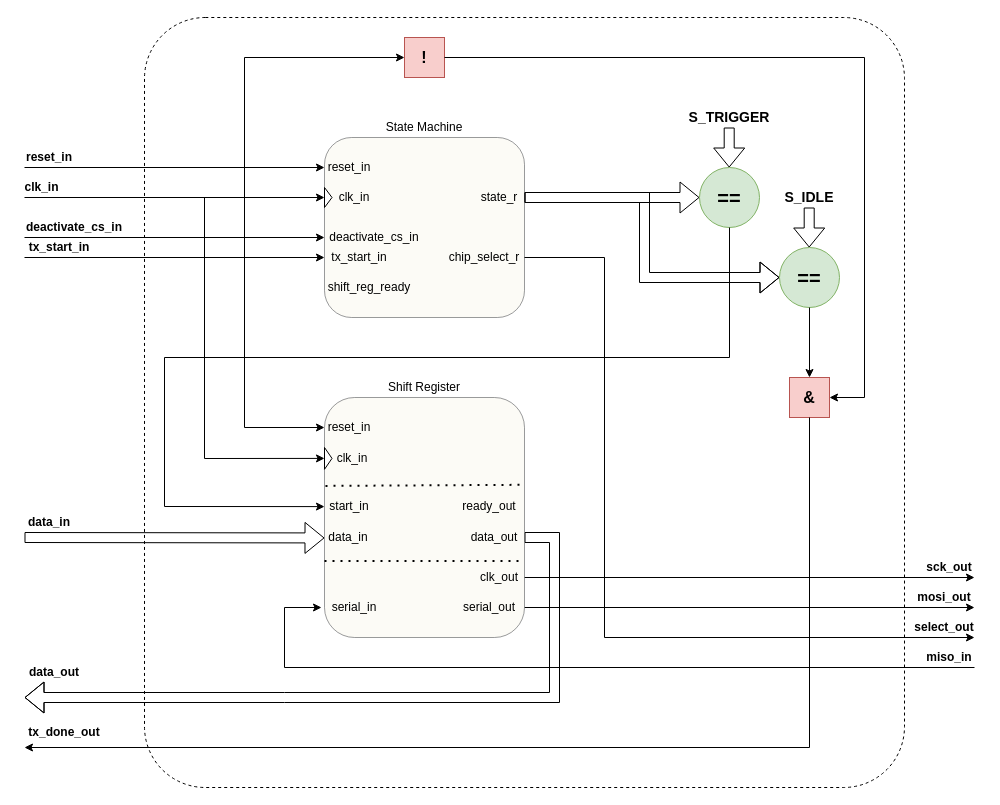
This is docs/src/SPI.drawio from embelon/ssd1306_oled_frequency_counter, a draw.io file, before an edit. Source tidied: cells renumbered, new cells numbered last; positions are measured from the earlier drawing's top-left corner, leaving out a move shared by most shapes. Both pictures are drawn from the tidied source at 100%, with x=0, y=0 at pixel (24, 17).
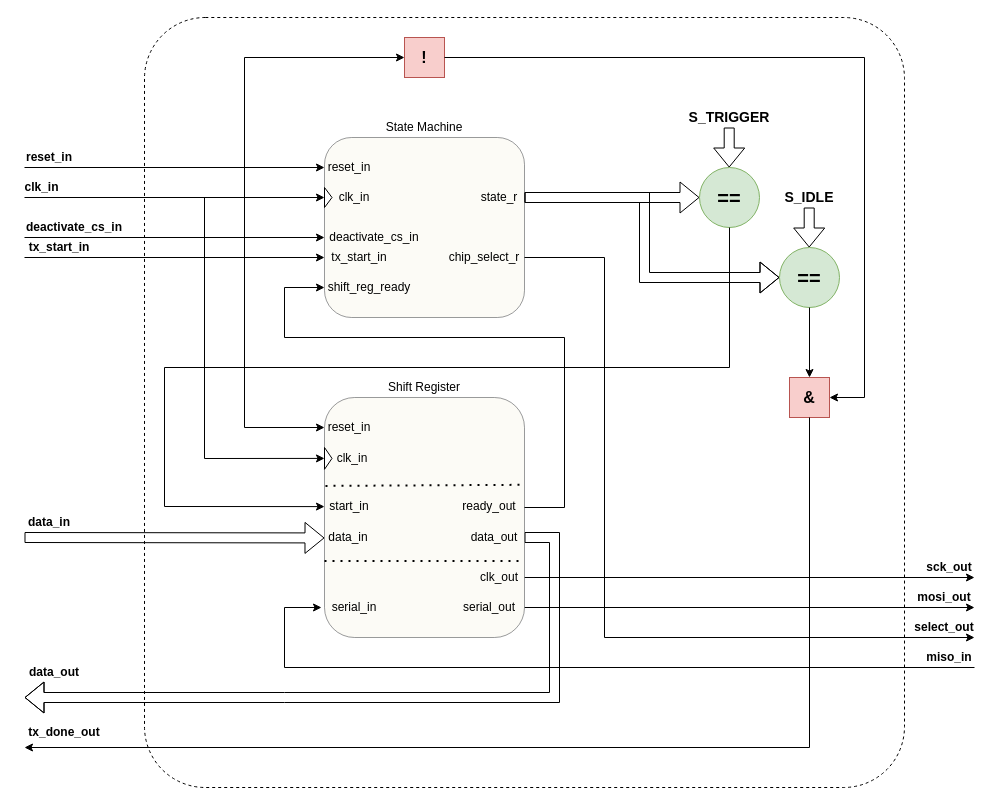
Above is the later version.

Unchanged cells that the change refers to:
```xml
<mxCell id="12" value="shift_reg_ready" style="text;html=1;align=center;verticalAlign=middle;whiteSpace=wrap;rounded=0;" parent="3" vertex="1">
  <mxGeometry y="160" width="90" height="20" as="geometry" />
</mxCell>
<mxCell id="32" value="&lt;font size=&quot;1&quot; style=&quot;&quot;&gt;&lt;b style=&quot;font-size: 20px;&quot;&gt;==&lt;/b&gt;&lt;/font&gt;" style="ellipse;whiteSpace=wrap;html=1;fillColor=#d5e8d4;strokeColor=#82b366;" parent="1" vertex="1">
  <mxGeometry x="675" y="150" width="60" height="60" as="geometry" />
</mxCell>
<mxCell id="46" value="start_in" style="text;html=1;align=center;verticalAlign=middle;whiteSpace=wrap;rounded=0;" parent="42" vertex="1">
  <mxGeometry y="98.2" width="50" height="21.8" as="geometry" />
</mxCell>
```

Change to the diagram source:
```diff
@@
     <mxCell id="33" style="endArrow=classic;html=1;rounded=0;exitX=0.5;exitY=1;exitDx=0;exitDy=0;entryX=0;entryY=0.5;entryDx=0;entryDy=0;" parent="1" edge="1" source="32" target="46">
       <mxGeometry relative="1" as="geometry">
         <Array as="points">
-          <mxPoint x="705" y="340" />
-          <mxPoint x="140" y="340" />
+          <mxPoint x="705" y="350" />
+          <mxPoint x="140" y="350" />
           <mxPoint x="140" y="489" />
         </Array>
       </mxGeometry>
     </mxCell>
@@
+    <mxCell id="67" style="endArrow=classic;html=1;rounded=0;entryX=0;entryY=0.5;entryDx=0;entryDy=0;" parent="1" edge="1" target="12">
+      <mxGeometry relative="1" as="geometry">
+        <mxPoint x="500" y="490" as="sourcePoint" />
+        <Array as="points">
+          <mxPoint x="540" y="490" />
+          <mxPoint x="540" y="320" />
+          <mxPoint x="260" y="320" />
+          <mxPoint x="260" y="270" />
+        </Array>
+      </mxGeometry>
+    </mxCell>
```
